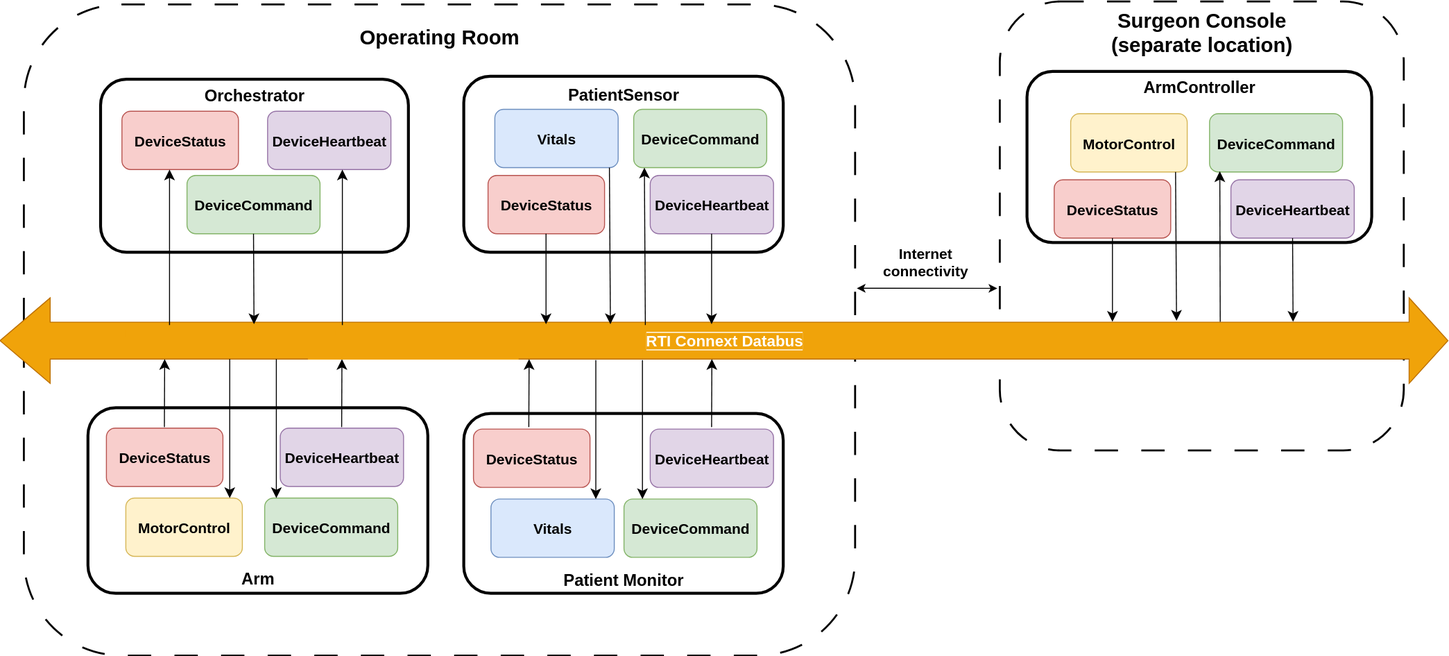
This is resource/images/module-03-diagram-teleoperation.svg from rticommunity/rticonnextdds-medtech-reference-architecture, a draw.io export, as it was before one commit. Source tidied: cells renumbered, new cells last; positions are measured from the earlier drawing's top-left corner, leaving out a move shared by most shapes.
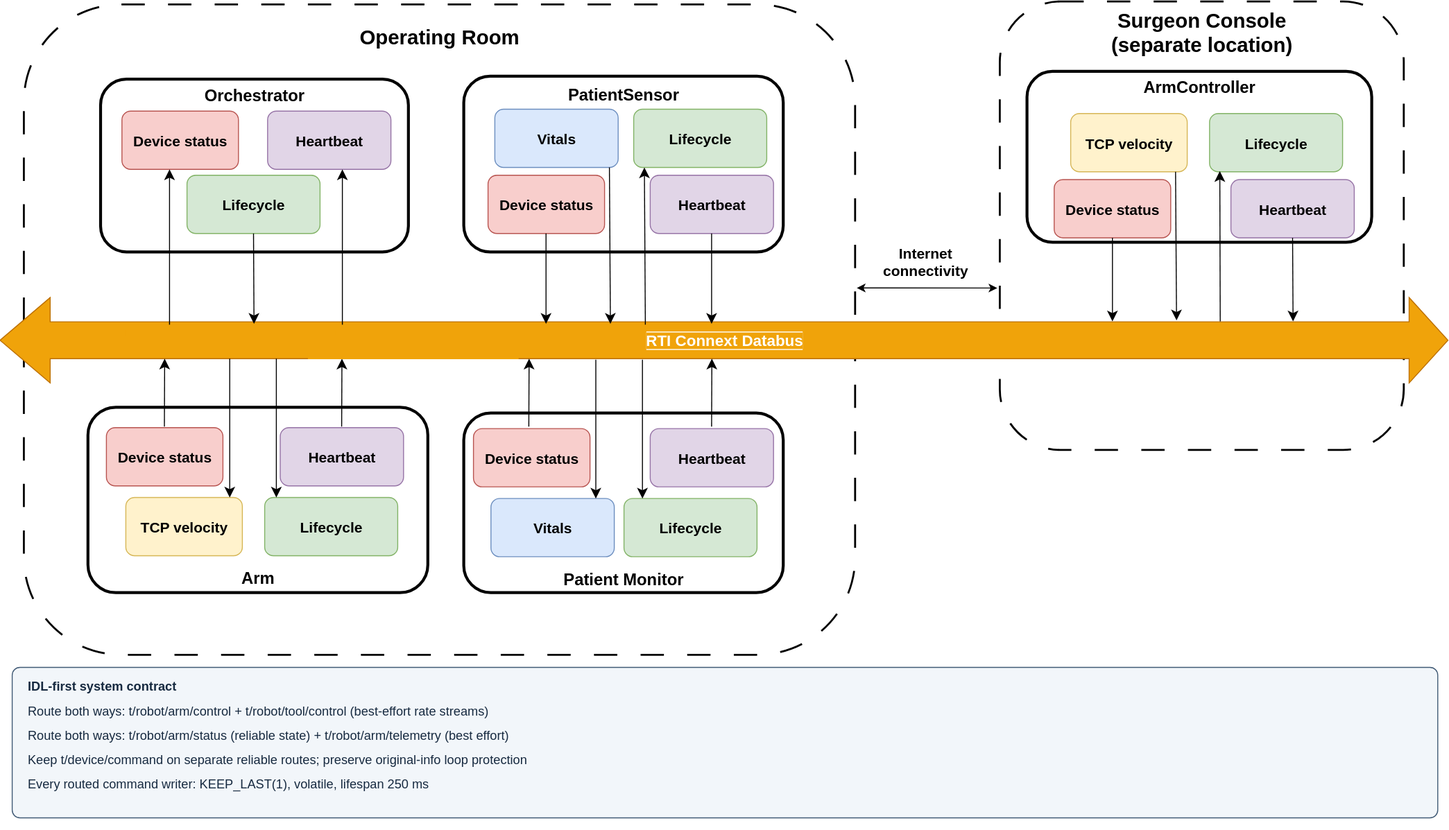
After the commit.

Diff of the diagram source:
```diff
@@ -26,49 +26,49 @@
         <mxPoint x="1492" y="349" as="targetPoint" />
       </mxGeometry>
     </mxCell>
-    <mxCell id="9" value="&lt;b&gt;&lt;font style=&quot;font-size: 15px;&quot;&gt;DeviceStatus&lt;/font&gt;&lt;/b&gt;" style="rounded=1;whiteSpace=wrap;html=1;fillColor=#f8cecc;strokeColor=#b85450;" parent="1" vertex="1">
+    <mxCell id="9" value="&lt;b&gt;&lt;font style=&quot;font-size: 15px;&quot;&gt;Device status&lt;/font&gt;&lt;/b&gt;" style="rounded=1;whiteSpace=wrap;html=1;fillColor=#f8cecc;strokeColor=#b85450;" parent="1" vertex="1">
       <mxGeometry x="110" y="439" width="120" height="60" as="geometry" />
     </mxCell>
-    <mxCell id="10" value="&lt;b&gt;&lt;font style=&quot;font-size: 15px;&quot;&gt;DeviceHeartbeat&lt;/font&gt;&lt;/b&gt;" style="rounded=1;whiteSpace=wrap;html=1;fillColor=#e1d5e7;strokeColor=#9673a6;" parent="1" vertex="1">
+    <mxCell id="10" value="&lt;b&gt;&lt;font style=&quot;font-size: 15px;&quot;&gt;Heartbeat&lt;/font&gt;&lt;/b&gt;" style="rounded=1;whiteSpace=wrap;html=1;fillColor=#e1d5e7;strokeColor=#9673a6;" parent="1" vertex="1">
       <mxGeometry x="289" y="439" width="127" height="60" as="geometry" />
     </mxCell>
-    <mxCell id="11" value="&lt;b&gt;&lt;font style=&quot;font-size: 15px;&quot;&gt;MotorControl&lt;/font&gt;&lt;/b&gt;" style="rounded=1;whiteSpace=wrap;html=1;fillColor=#fff2cc;strokeColor=#d6b656;" parent="1" vertex="1">
+    <mxCell id="11" value="&lt;b&gt;&lt;font style=&quot;font-size: 15px;&quot;&gt;TCP velocity&lt;/font&gt;&lt;/b&gt;" style="rounded=1;whiteSpace=wrap;html=1;fillColor=#fff2cc;strokeColor=#d6b656;" parent="1" vertex="1">
       <mxGeometry x="130" y="511" width="120" height="60" as="geometry" />
     </mxCell>
-    <mxCell id="12" value="&lt;b&gt;&lt;font style=&quot;font-size: 15px;&quot;&gt;DeviceCommand&lt;/font&gt;&lt;/b&gt;" style="rounded=1;whiteSpace=wrap;html=1;fillColor=#d5e8d4;strokeColor=#82b366;" parent="1" vertex="1">
+    <mxCell id="12" value="&lt;b&gt;&lt;font style=&quot;font-size: 15px;&quot;&gt;Lifecycle&lt;/font&gt;&lt;/b&gt;" style="rounded=1;whiteSpace=wrap;html=1;fillColor=#d5e8d4;strokeColor=#82b366;" parent="1" vertex="1">
       <mxGeometry x="273" y="511" width="137" height="60" as="geometry" />
     </mxCell>
-    <mxCell id="13" value="&lt;b&gt;&lt;font style=&quot;font-size: 15px;&quot;&gt;DeviceCommand&lt;/font&gt;&lt;/b&gt;" style="rounded=1;whiteSpace=wrap;html=1;fillColor=#d5e8d4;strokeColor=#82b366;" parent="1" vertex="1">
+    <mxCell id="13" value="&lt;b&gt;&lt;font style=&quot;font-size: 15px;&quot;&gt;Lifecycle&lt;/font&gt;&lt;/b&gt;" style="rounded=1;whiteSpace=wrap;html=1;fillColor=#d5e8d4;strokeColor=#82b366;" parent="1" vertex="1">
       <mxGeometry x="193" y="179" width="137" height="60" as="geometry" />
     </mxCell>
-    <mxCell id="14" value="&lt;b&gt;&lt;font style=&quot;font-size: 15px;&quot;&gt;DeviceStatus&lt;/font&gt;&lt;/b&gt;" style="rounded=1;whiteSpace=wrap;html=1;fillColor=#f8cecc;strokeColor=#b85450;" parent="1" vertex="1">
+    <mxCell id="14" value="&lt;b&gt;&lt;font style=&quot;font-size: 15px;&quot;&gt;Device status&lt;/font&gt;&lt;/b&gt;" style="rounded=1;whiteSpace=wrap;html=1;fillColor=#f8cecc;strokeColor=#b85450;" parent="1" vertex="1">
       <mxGeometry x="126" y="113" width="120" height="60" as="geometry" />
     </mxCell>
-    <mxCell id="15" value="&lt;b&gt;&lt;font style=&quot;font-size: 15px;&quot;&gt;DeviceHeartbeat&lt;/font&gt;&lt;/b&gt;" style="rounded=1;whiteSpace=wrap;html=1;fillColor=#e1d5e7;strokeColor=#9673a6;" parent="1" vertex="1">
+    <mxCell id="15" value="&lt;b&gt;&lt;font style=&quot;font-size: 15px;&quot;&gt;Heartbeat&lt;/font&gt;&lt;/b&gt;" style="rounded=1;whiteSpace=wrap;html=1;fillColor=#e1d5e7;strokeColor=#9673a6;" parent="1" vertex="1">
       <mxGeometry x="276" y="113" width="127" height="60" as="geometry" />
     </mxCell>
-    <mxCell id="16" value="&lt;b&gt;&lt;font style=&quot;font-size: 15px;&quot;&gt;DeviceStatus&lt;/font&gt;&lt;/b&gt;" style="rounded=1;whiteSpace=wrap;html=1;fillColor=#f8cecc;strokeColor=#b85450;" parent="1" vertex="1">
+    <mxCell id="16" value="&lt;b&gt;&lt;font style=&quot;font-size: 15px;&quot;&gt;Device status&lt;/font&gt;&lt;/b&gt;" style="rounded=1;whiteSpace=wrap;html=1;fillColor=#f8cecc;strokeColor=#b85450;" parent="1" vertex="1">
       <mxGeometry x="503" y="179" width="120" height="60" as="geometry" />
     </mxCell>
-    <mxCell id="17" value="&lt;b&gt;&lt;font style=&quot;font-size: 15px;&quot;&gt;DeviceHeartbeat&lt;/font&gt;&lt;/b&gt;" style="rounded=1;whiteSpace=wrap;html=1;fillColor=#e1d5e7;strokeColor=#9673a6;" parent="1" vertex="1">
+    <mxCell id="17" value="&lt;b&gt;&lt;font style=&quot;font-size: 15px;&quot;&gt;Heartbeat&lt;/font&gt;&lt;/b&gt;" style="rounded=1;whiteSpace=wrap;html=1;fillColor=#e1d5e7;strokeColor=#9673a6;" parent="1" vertex="1">
       <mxGeometry x="670" y="179" width="127" height="60" as="geometry" />
     </mxCell>
     <mxCell id="18" value="&lt;b&gt;&lt;font style=&quot;font-size: 15px;&quot;&gt;Vitals&lt;/font&gt;&lt;/b&gt;" style="rounded=1;whiteSpace=wrap;html=1;fillColor=#dae8fc;strokeColor=#6c8ebf;" parent="1" vertex="1">
       <mxGeometry x="510" y="111" width="127" height="60" as="geometry" />
     </mxCell>
-    <mxCell id="19" value="&lt;b&gt;&lt;font style=&quot;font-size: 15px;&quot;&gt;DeviceCommand&lt;/font&gt;&lt;/b&gt;" style="rounded=1;whiteSpace=wrap;html=1;fillColor=#d5e8d4;strokeColor=#82b366;" parent="1" vertex="1">
+    <mxCell id="19" value="&lt;b&gt;&lt;font style=&quot;font-size: 15px;&quot;&gt;Lifecycle&lt;/font&gt;&lt;/b&gt;" style="rounded=1;whiteSpace=wrap;html=1;fillColor=#d5e8d4;strokeColor=#82b366;" parent="1" vertex="1">
       <mxGeometry x="653" y="111" width="137" height="60" as="geometry" />
     </mxCell>
-    <mxCell id="20" value="&lt;b&gt;&lt;font style=&quot;font-size: 15px;&quot;&gt;DeviceStatus&lt;/font&gt;&lt;/b&gt;" style="rounded=1;whiteSpace=wrap;html=1;fillColor=#f8cecc;strokeColor=#b85450;" parent="1" vertex="1">
+    <mxCell id="20" value="&lt;b&gt;&lt;font style=&quot;font-size: 15px;&quot;&gt;Device status&lt;/font&gt;&lt;/b&gt;" style="rounded=1;whiteSpace=wrap;html=1;fillColor=#f8cecc;strokeColor=#b85450;" parent="1" vertex="1">
       <mxGeometry x="488" y="440" width="120" height="60" as="geometry" />
     </mxCell>
-    <mxCell id="21" value="&lt;b&gt;&lt;font style=&quot;font-size: 15px;&quot;&gt;DeviceHeartbeat&lt;/font&gt;&lt;/b&gt;" style="rounded=1;whiteSpace=wrap;html=1;fillColor=#e1d5e7;strokeColor=#9673a6;" parent="1" vertex="1">
+    <mxCell id="21" value="&lt;b&gt;&lt;font style=&quot;font-size: 15px;&quot;&gt;Heartbeat&lt;/font&gt;&lt;/b&gt;" style="rounded=1;whiteSpace=wrap;html=1;fillColor=#e1d5e7;strokeColor=#9673a6;" parent="1" vertex="1">
       <mxGeometry x="670" y="440" width="127" height="60" as="geometry" />
     </mxCell>
     <mxCell id="22" value="&lt;b&gt;&lt;font style=&quot;font-size: 15px;&quot;&gt;Vitals&lt;/font&gt;&lt;/b&gt;" style="rounded=1;whiteSpace=wrap;html=1;fillColor=#dae8fc;strokeColor=#6c8ebf;" parent="1" vertex="1">
       <mxGeometry x="506" y="512" width="127" height="60" as="geometry" />
     </mxCell>
-    <mxCell id="23" value="&lt;b&gt;&lt;font style=&quot;font-size: 15px;&quot;&gt;DeviceCommand&lt;/font&gt;&lt;/b&gt;" style="rounded=1;whiteSpace=wrap;html=1;fillColor=#d5e8d4;strokeColor=#82b366;" parent="1" vertex="1">
+    <mxCell id="23" value="&lt;b&gt;&lt;font style=&quot;font-size: 15px;&quot;&gt;Lifecycle&lt;/font&gt;&lt;/b&gt;" style="rounded=1;whiteSpace=wrap;html=1;fillColor=#d5e8d4;strokeColor=#82b366;" parent="1" vertex="1">
       <mxGeometry x="643" y="512" width="137" height="60" as="geometry" />
     </mxCell>
     <mxCell id="24" style="endArrow=classic;html=1;rounded=0;fontSize=12;startSize=8;endSize=8;exitX=0.5;exitY=1;exitDx=0;exitDy=0;" parent="1" edge="1" source="13">
@@ -169,16 +169,16 @@
     <mxCell id="41" value="&lt;b&gt;&lt;font style=&quot;font-size: 17px;&quot;&gt;ArmController&lt;br&gt;&lt;br&gt;&lt;br&gt;&lt;br&gt;&lt;br&gt;&lt;br&gt;&lt;br&gt;&lt;br&gt;&lt;/font&gt;&lt;/b&gt;" style="rounded=1;whiteSpace=wrap;html=1;strokeWidth=3;" parent="1" vertex="1">
       <mxGeometry x="1058" y="72" width="355" height="176" as="geometry" />
     </mxCell>
-    <mxCell id="42" value="&lt;b&gt;&lt;font style=&quot;font-size: 15px;&quot;&gt;DeviceStatus&lt;/font&gt;&lt;/b&gt;" style="rounded=1;whiteSpace=wrap;html=1;fillColor=#f8cecc;strokeColor=#b85450;" parent="1" vertex="1">
+    <mxCell id="42" value="&lt;b&gt;&lt;font style=&quot;font-size: 15px;&quot;&gt;Device status&lt;/font&gt;&lt;/b&gt;" style="rounded=1;whiteSpace=wrap;html=1;fillColor=#f8cecc;strokeColor=#b85450;" parent="1" vertex="1">
       <mxGeometry x="1086" y="183.5" width="120" height="60" as="geometry" />
     </mxCell>
-    <mxCell id="43" value="&lt;b&gt;&lt;font style=&quot;font-size: 15px;&quot;&gt;DeviceHeartbeat&lt;/font&gt;&lt;/b&gt;" style="rounded=1;whiteSpace=wrap;html=1;fillColor=#e1d5e7;strokeColor=#9673a6;" parent="1" vertex="1">
+    <mxCell id="43" value="&lt;b&gt;&lt;font style=&quot;font-size: 15px;&quot;&gt;Heartbeat&lt;/font&gt;&lt;/b&gt;" style="rounded=1;whiteSpace=wrap;html=1;fillColor=#e1d5e7;strokeColor=#9673a6;" parent="1" vertex="1">
       <mxGeometry x="1268" y="183.5" width="127" height="60" as="geometry" />
     </mxCell>
-    <mxCell id="44" value="&lt;b&gt;&lt;font style=&quot;font-size: 15px;&quot;&gt;MotorControl&lt;/font&gt;&lt;/b&gt;" style="rounded=1;whiteSpace=wrap;html=1;fillColor=#fff2cc;strokeColor=#d6b656;" parent="1" vertex="1">
+    <mxCell id="44" value="&lt;b&gt;&lt;font style=&quot;font-size: 15px;&quot;&gt;TCP velocity&lt;/font&gt;&lt;/b&gt;" style="rounded=1;whiteSpace=wrap;html=1;fillColor=#fff2cc;strokeColor=#d6b656;" parent="1" vertex="1">
       <mxGeometry x="1103" y="115.5" width="120" height="60" as="geometry" />
     </mxCell>
-    <mxCell id="45" value="&lt;b&gt;&lt;font style=&quot;font-size: 15px;&quot;&gt;DeviceCommand&lt;/font&gt;&lt;/b&gt;" style="rounded=1;whiteSpace=wrap;html=1;fillColor=#d5e8d4;strokeColor=#82b366;" parent="1" vertex="1">
+    <mxCell id="45" value="&lt;b&gt;&lt;font style=&quot;font-size: 15px;&quot;&gt;Lifecycle&lt;/font&gt;&lt;/b&gt;" style="rounded=1;whiteSpace=wrap;html=1;fillColor=#d5e8d4;strokeColor=#82b366;" parent="1" vertex="1">
       <mxGeometry x="1246" y="115.5" width="137" height="60" as="geometry" />
     </mxCell>
     <mxCell id="46" style="endArrow=classic;html=1;rounded=0;fontSize=12;startSize=8;endSize=8;exitX=0.5;exitY=1;exitDx=0;exitDy=0;" parent="1" edge="1" source="42">
@@ -208,5 +208,8 @@
     <mxCell id="51" value="&lt;font style=&quot;font-size: 15px;&quot;&gt;&lt;b style=&quot;&quot;&gt;Internet&lt;/b&gt;&lt;/font&gt;&lt;div&gt;&lt;font style=&quot;font-size: 15px;&quot;&gt;&lt;b style=&quot;&quot;&gt;connectivity&lt;/b&gt;&lt;/font&gt;&lt;/div&gt;" style="text;html=1;align=center;verticalAlign=middle;strokeColor=none;fillColor=none;" parent="1" vertex="1">
       <mxGeometry x="900" y="243.5" width="106" height="48" as="geometry" />
     </mxCell>
+    <mxCell id="52" value="&lt;b&gt;IDL-first system contract&lt;/b&gt;&lt;br&gt;Route both ways: t/robot/arm/control + t/robot/tool/control (best-effort rate streams)&lt;br&gt;Route both ways: t/robot/arm/status (reliable state) + t/robot/arm/telemetry (best effort)&lt;br&gt;Keep t/device/command on separate reliable routes; preserve original-info loop protection&lt;br&gt;Every routed command writer: KEEP_LAST(1), volatile, lifespan 250 ms" style="rounded=1;whiteSpace=wrap;html=1;align=left;spacing=12;fillColor=#ffffff;strokeColor=#405a75;" parent="1" vertex="1">
+      <mxGeometry x="459" y="697" width="1460" height="150" as="geometry" />
+    </mxCell>
   </root>
 </mxGraphModel>
```
